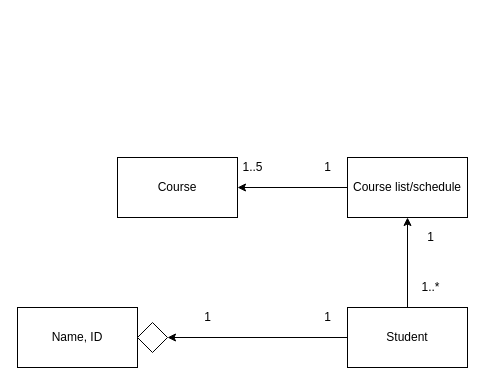
Above: page "Student" (2 of 4) of class_diagrams.drawio in peterklem/CURSE (draw.io), before the change. Source tidied: cells renumbered, new cells numbered last; positions are measured from the earlier drawing's top-left corner, leaving out a move shared by most shapes. Both pictures are drawn from the tidied source at 100%, with x=0, y=0 at pixel (17, 157).
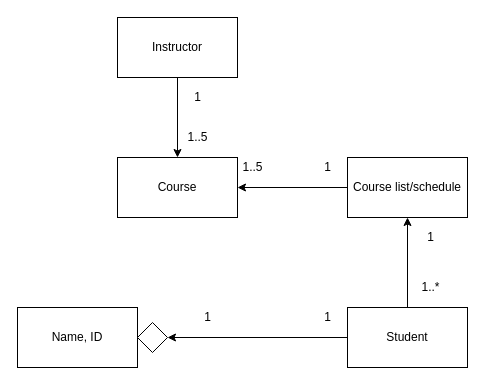
After the change.

Commit message (it also covers changes not shown here):
Finished instructor class diagram

What changed in the source:
```diff
@@
 <mxGraphModel>
   <root>
     <mxCell id="0" />
     <mxCell id="1" parent="0" />
     <mxCell id="2" style="edgeStyle=orthogonalEdgeStyle;rounded=0;jettySize=auto;html=1;exitX=0;exitY=0.5;exitDx=0;exitDy=0;entryX=1;entryY=0.5;entryDx=0;entryDy=0;" parent="1" edge="1" source="4" target="8">
       <mxGeometry relative="1" as="geometry" />
     </mxCell>
     <mxCell id="3" style="edgeStyle=orthogonalEdgeStyle;rounded=0;jettySize=auto;html=1;exitX=0.5;exitY=0;exitDx=0;exitDy=0;entryX=0.5;entryY=1;entryDx=0;entryDy=0;" parent="1" edge="1" source="4" target="7">
       <mxGeometry relative="1" as="geometry" />
     </mxCell>
     <mxCell id="4" value="Student" style="rounded=0;whiteSpace=wrap;html=1;" parent="1" vertex="1">
       <mxGeometry x="330" y="150" width="120" height="60" as="geometry" />
     </mxCell>
     <mxCell id="5" value="Name, ID" style="rounded=0;whiteSpace=wrap;html=1;" parent="1" vertex="1">
       <mxGeometry y="150" width="120" height="60" as="geometry" />
     </mxCell>
     <mxCell id="6" style="edgeStyle=orthogonalEdgeStyle;rounded=0;jettySize=auto;html=1;exitX=0;exitY=0.5;exitDx=0;exitDy=0;entryX=1;entryY=0.5;entryDx=0;entryDy=0;" parent="1" edge="1" source="7" target="12">
       <mxGeometry relative="1" as="geometry" />
     </mxCell>
     <mxCell id="7" value="Course list/schedule" style="rounded=0;whiteSpace=wrap;html=1;" parent="1" vertex="1">
       <mxGeometry x="330" width="120" height="60" as="geometry" />
     </mxCell>
     <mxCell id="8" style="rhombus;whiteSpace=wrap;html=1;" parent="1" vertex="1">
       <mxGeometry x="120" y="165" width="30" height="30" as="geometry" />
     </mxCell>
     <mxCell id="9" value="1" style="text;html=1;align=center;verticalAlign=middle;" parent="1" vertex="1">
       <mxGeometry x="180" y="150" width="20" height="20" as="geometry" />
     </mxCell>
     <mxCell id="10" value="1" style="text;html=1;align=center;verticalAlign=middle;" parent="1" vertex="1">
       <mxGeometry x="300" y="150" width="20" height="20" as="geometry" />
     </mxCell>
     <mxCell id="11" value="1" style="text;html=1;align=center;verticalAlign=middle;" parent="1" vertex="1">
       <mxGeometry x="300" width="20" height="20" as="geometry" />
     </mxCell>
     <mxCell id="12" value="Course" style="rounded=0;whiteSpace=wrap;html=1;" parent="1" vertex="1">
       <mxGeometry x="100" width="120" height="60" as="geometry" />
     </mxCell>
     <mxCell id="13" value="1..5" style="text;html=1;align=center;verticalAlign=middle;" parent="1" vertex="1">
       <mxGeometry x="215" width="40" height="20" as="geometry" />
     </mxCell>
     <mxCell id="14" value="1" style="text;html=1;align=center;verticalAlign=middle;" parent="1" vertex="1">
       <mxGeometry x="403" y="70" width="20" height="20" as="geometry" />
     </mxCell>
     <mxCell id="15" value="1..*" style="text;html=1;align=center;verticalAlign=middle;" parent="1" vertex="1">
       <mxGeometry x="398" y="120" width="30" height="20" as="geometry" />
     </mxCell>
+    <mxCell id="16" style="edgeStyle=orthogonalEdgeStyle;rounded=0;jettySize=auto;html=1;exitX=0.5;exitY=1;exitDx=0;exitDy=0;entryX=0.5;entryY=0;entryDx=0;entryDy=0;" parent="1" edge="1" source="17" target="12">
+      <mxGeometry relative="1" as="geometry" />
+    </mxCell>
+    <mxCell id="17" value="Instructor" style="rounded=0;whiteSpace=wrap;html=1;" parent="1" vertex="1">
+      <mxGeometry x="100" y="-140" width="120" height="60" as="geometry" />
+    </mxCell>
+    <mxCell id="18" value="1..5" style="text;html=1;align=center;verticalAlign=middle;" parent="1" vertex="1">
+      <mxGeometry x="160" y="-30" width="40" height="20" as="geometry" />
+    </mxCell>
+    <mxCell id="19" value="1" style="text;html=1;align=center;verticalAlign=middle;" parent="1" vertex="1">
+      <mxGeometry x="170" y="-70" width="20" height="20" as="geometry" />
+    </mxCell>
   </root>
 </mxGraphModel>
```
